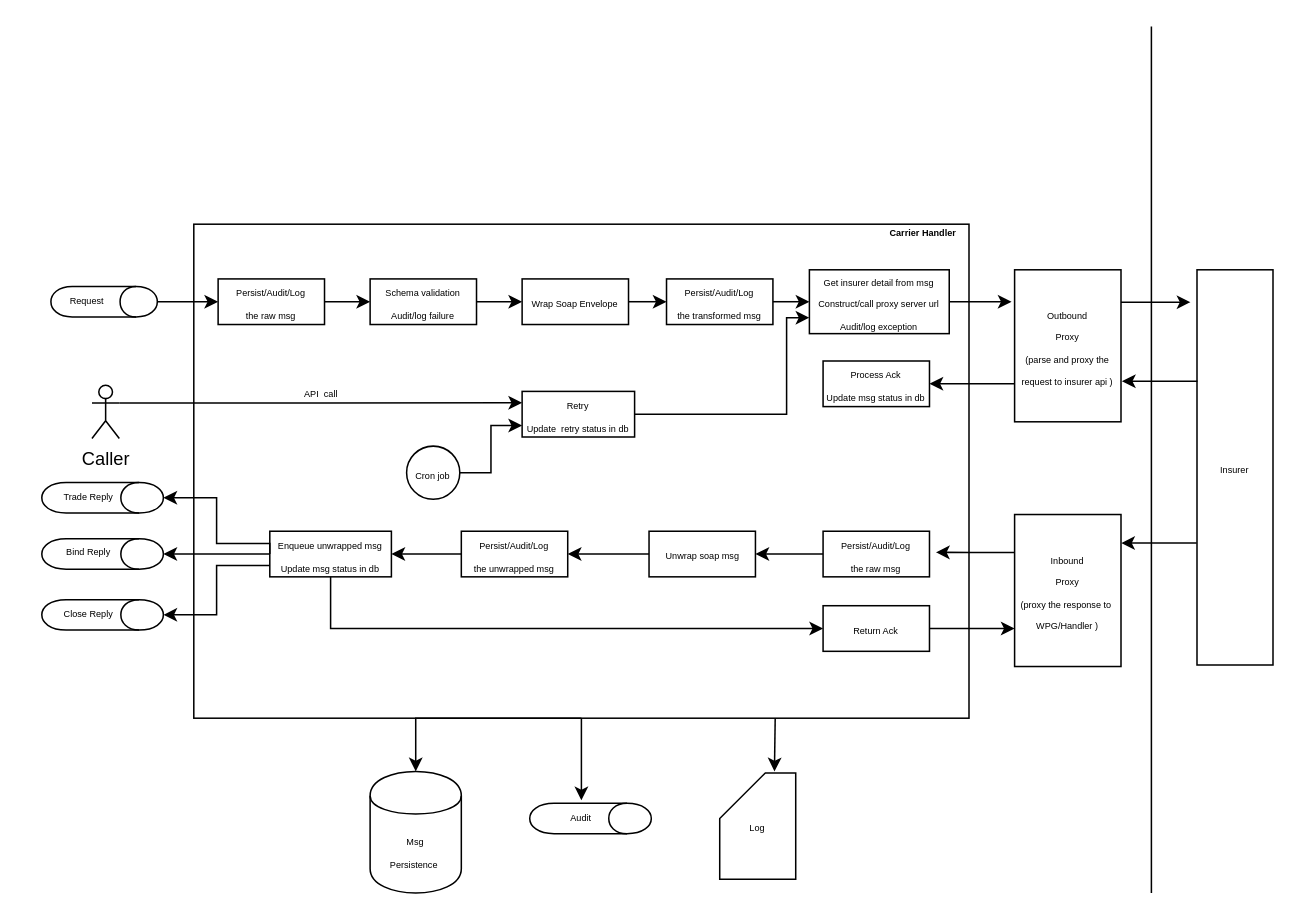
This is CarrierHandlerDesign.drawio from liuchenhts/drawio, a draw.io file, before an edit. Source tidied: cells renumbered, new cells numbered last; positions are measured from the earlier drawing's top-left corner, leaving out a move shared by most shapes. Both pictures are drawn from the tidied source at 152%, with x=0, y=0 at pixel (26, 26).
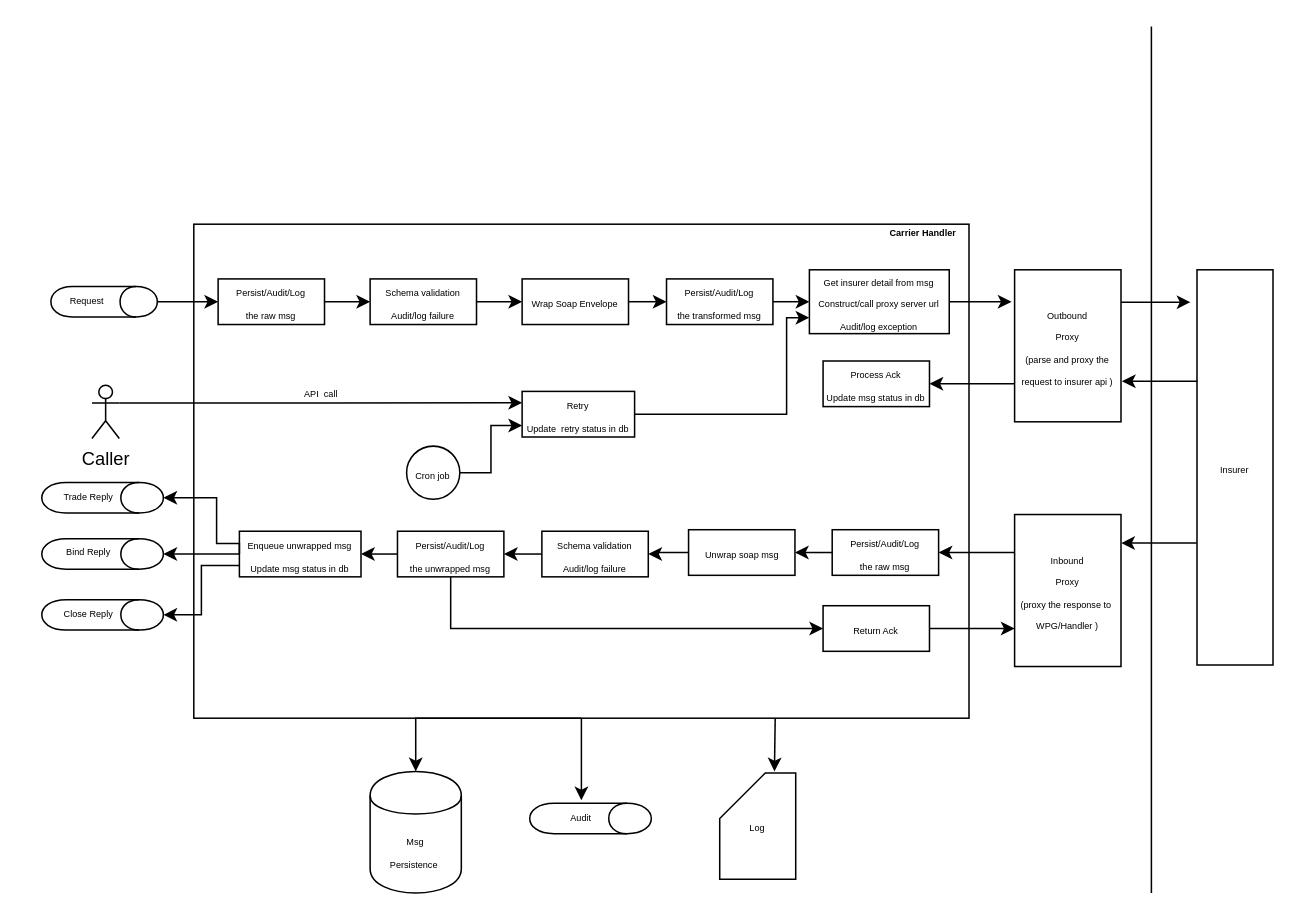
The same diagram, later.

Unchanged cells that the change refers to:
```xml
<mxCell id="4" style="shape=cylinder;whiteSpace=wrap;html=1;boundedLbl=1;backgroundOutline=1;rotation=90;" parent="1" vertex="1">
  <mxGeometry x="40" y="270" width="20" height="80" as="geometry" />
</mxCell>
<mxCell id="24" value="&lt;font style=&quot;font-size: 6px&quot;&gt;Inbound&lt;br&gt;Proxy&lt;br&gt;(proxy the response to&amp;nbsp; WPG/Handler )&lt;br&gt;&lt;/font&gt;" style="rounded=0;whiteSpace=wrap;html=1;fillColor=none;" parent="1" vertex="1">
  <mxGeometry x="650" y="321" width="70" height="100" as="geometry" />
</mxCell>
<mxCell id="51" value="&lt;font style=&quot;font-size: 6px&quot;&gt;Return Ack&lt;br&gt;&lt;/font&gt;" style="rounded=0;whiteSpace=wrap;html=1;fillColor=none;" parent="1" vertex="1">
  <mxGeometry x="524" y="381" width="70" height="30" as="geometry" />
</mxCell>
```

The edit, as a diff of the source:
```diff
@@
-    <mxCell id="23" style="edgeStyle=orthogonalEdgeStyle;rounded=0;jettySize=auto;html=1;exitX=0;exitY=0.25;exitDx=0;exitDy=0;entryX=1.061;entryY=0.462;entryDx=0;entryDy=0;entryPerimeter=0;" parent="1" edge="1" source="24" target="40">
+    <mxCell id="23" style="edgeStyle=orthogonalEdgeStyle;rounded=0;jettySize=auto;html=1;exitX=0;exitY=0.25;exitDx=0;exitDy=0;entryX=1;entryY=0.5;entryDx=0;entryDy=0;" parent="1" edge="1" source="24" target="40">
       <mxGeometry relative="1" as="geometry" />
     </mxCell>
@@
     <mxCell id="40" value="&lt;font style=&quot;font-size: 6px&quot;&gt;Persist/Audit/Log&lt;br&gt;the raw msg&lt;/font&gt;" style="rounded=0;whiteSpace=wrap;html=1;fillColor=none;" parent="1" vertex="1">
-      <mxGeometry x="524" y="332" width="70" height="30" as="geometry" />
+      <mxGeometry x="530" y="331" width="70" height="30" as="geometry" />
     </mxCell>
-    <mxCell id="41" style="edgeStyle=orthogonalEdgeStyle;rounded=0;jettySize=auto;html=1;exitX=0;exitY=0.5;exitDx=0;exitDy=0;entryX=1;entryY=0.5;entryDx=0;entryDy=0;" parent="1" edge="1" source="42" target="44">
-      <mxGeometry relative="1" as="geometry" />
-    </mxCell>
+    <mxCell id="60" style="edgeStyle=orthogonalEdgeStyle;rounded=0;jettySize=auto;html=1;exitX=0;exitY=0.5;exitDx=0;exitDy=0;" parent="1" edge="1" source="42" target="62">
+      <mxGeometry relative="1" as="geometry" />
+    </mxCell>
     <mxCell id="42" value="&lt;font style=&quot;font-size: 6px&quot;&gt;Unwrap soap msg&lt;/font&gt;" style="rounded=0;whiteSpace=wrap;html=1;fillColor=none;" parent="1" vertex="1">
-      <mxGeometry x="409.5" y="332" width="70" height="30" as="geometry" />
+      <mxGeometry x="435.5" y="331" width="70" height="30" as="geometry" />
     </mxCell>
@@
     <mxCell id="44" value="&lt;font style=&quot;font-size: 6px&quot;&gt;Persist/Audit/Log&lt;br&gt;the unwrapped msg&lt;/font&gt;" style="rounded=0;whiteSpace=wrap;html=1;fillColor=none;" parent="1" vertex="1">
-      <mxGeometry x="286" y="332" width="70" height="30" as="geometry" />
+      <mxGeometry x="244" y="332" width="70" height="30" as="geometry" />
     </mxCell>
     <mxCell id="45" style="edgeStyle=orthogonalEdgeStyle;rounded=0;jettySize=auto;html=1;exitX=0;exitY=0.5;exitDx=0;exitDy=0;entryX=0.5;entryY=0;entryDx=0;entryDy=0;" parent="1" edge="1" source="49" target="4">
       <mxGeometry relative="1" as="geometry">
         <Array as="points">
-          <mxPoint x="160" y="340" />
+          <mxPoint x="140" y="340" />
           <mxPoint x="125" y="340" />
           <mxPoint x="125" y="310" />
         </Array>
       </mxGeometry>
     </mxCell>
@@
-    <mxCell id="48" style="edgeStyle=orthogonalEdgeStyle;rounded=0;jettySize=auto;html=1;exitX=0.5;exitY=1;exitDx=0;exitDy=0;entryX=0;entryY=0.5;entryDx=0;entryDy=0;" parent="1" edge="1" source="49" target="51">
+    <mxCell id="48" style="edgeStyle=orthogonalEdgeStyle;rounded=0;jettySize=auto;html=1;exitX=0.5;exitY=1;exitDx=0;exitDy=0;entryX=0;entryY=0.5;entryDx=0;entryDy=0;" parent="1" edge="1" source="44" target="51">
       <mxGeometry relative="1" as="geometry" />
     </mxCell>
     <mxCell id="49" value="&lt;span style=&quot;font-size: 6px&quot;&gt;Enqueue unwrapped msg&lt;br&gt;Update msg status in db&lt;br&gt;&lt;/span&gt;" style="rounded=0;whiteSpace=wrap;html=1;fillColor=none;" parent="1" vertex="1">
-      <mxGeometry x="160" y="332" width="80" height="30" as="geometry" />
+      <mxGeometry x="140" y="332" width="80" height="30" as="geometry" />
     </mxCell>
@@
+    <mxCell id="61" style="edgeStyle=orthogonalEdgeStyle;rounded=0;jettySize=auto;html=1;exitX=0;exitY=0.5;exitDx=0;exitDy=0;entryX=1;entryY=0.5;entryDx=0;entryDy=0;" parent="1" edge="1" source="62" target="44">
+      <mxGeometry relative="1" as="geometry" />
+    </mxCell>
+    <mxCell id="62" value="&lt;font style=&quot;font-size: 6px&quot;&gt;Schema validation&lt;br&gt;Audit/log failure&lt;br&gt;&lt;/font&gt;" style="rounded=0;whiteSpace=wrap;html=1;fillColor=none;" parent="1" vertex="1">
+      <mxGeometry x="339" y="332" width="70" height="30" as="geometry" />
+    </mxCell>
```
